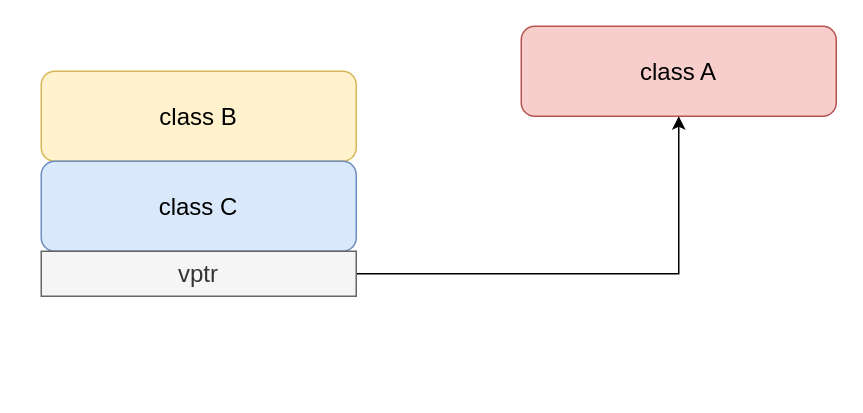
This is img/cpp_obj_model_virtual_jicheng.drawio from lixiang-share/jiuguang-blob, a draw.io file, before an edit. Source tidied: cells renumbered, new cells numbered last; positions are measured from the earlier drawing's top-left corner, leaving out a move shared by most shapes. Both pictures are drawn from the tidied source at 150%, with x=0, y=0 at pixel (40, 26).
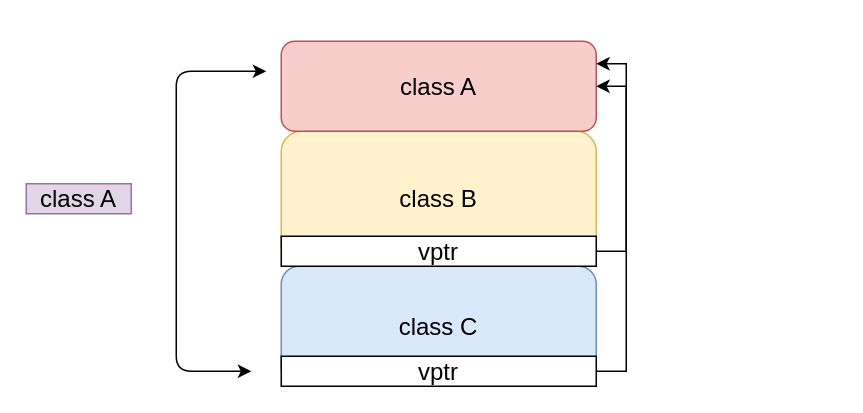
After the change.

The edit, as a diff of the source:
```diff
@@
 <mxGraphModel>
   <root>
     <mxCell id="0" />
     <mxCell id="1" parent="0" />
     <mxCell id="2" value="class B" style="rounded=1;whiteSpace=wrap;html=1;fontSize=16;fillColor=#fff2cc;strokeColor=#d6b656;" parent="1" vertex="1">
-      <mxGeometry y="30" width="210" height="60" as="geometry" />
+      <mxGeometry x="160" y="70" width="210" height="90" as="geometry" />
     </mxCell>
     <mxCell id="3" value="class C" style="rounded=1;whiteSpace=wrap;html=1;fontSize=16;fillColor=#dae8fc;strokeColor=#6c8ebf;" parent="1" vertex="1">
-      <mxGeometry y="90" width="210" height="60" as="geometry" />
+      <mxGeometry x="160" y="160" width="210" height="80" as="geometry" />
     </mxCell>
     <mxCell id="4" value="class A" style="rounded=1;whiteSpace=wrap;html=1;fontSize=16;fillColor=#f8cecc;strokeColor=#b85450;" parent="1" vertex="1">
-      <mxGeometry x="320" width="210" height="60" as="geometry" />
+      <mxGeometry x="160" y="10" width="210" height="60" as="geometry" />
     </mxCell>
-    <mxCell id="5" style="edgeStyle=orthogonalEdgeStyle;rounded=0;jettySize=auto;html=1;fontSize=16;" parent="1" edge="1" source="6" target="4">
-      <mxGeometry relative="1" as="geometry" />
-    </mxCell>
-    <mxCell id="6" value="vptr" style="rounded=0;whiteSpace=wrap;html=1;fontSize=16;fillColor=#f5f5f5;strokeColor=#666666;fontColor=#333333;" parent="1" vertex="1">
-      <mxGeometry y="150" width="210" height="30" as="geometry" />
-    </mxCell>
+    <mxCell id="7" style="edgeStyle=orthogonalEdgeStyle;rounded=0;jettySize=auto;html=1;fontSize=16;entryX=1;entryY=0.5;entryDx=0;entryDy=0;" parent="1" edge="1" source="8" target="4">
+      <mxGeometry relative="1" as="geometry">
+        <Array as="points">
+          <mxPoint x="390" y="150" />
+          <mxPoint x="390" y="40" />
+        </Array>
+      </mxGeometry>
+    </mxCell>
+    <mxCell id="8" value="vptr" style="rounded=0;whiteSpace=wrap;html=1;fontSize=16;" parent="1" vertex="1">
+      <mxGeometry x="160" y="140" width="210" height="20" as="geometry" />
+    </mxCell>
+    <mxCell id="9" style="edgeStyle=orthogonalEdgeStyle;rounded=0;jettySize=auto;html=1;fontSize=16;entryX=1;entryY=0.25;entryDx=0;entryDy=0;" parent="1" edge="1" source="10" target="4">
+      <mxGeometry relative="1" as="geometry">
+        <Array as="points">
+          <mxPoint x="390" y="230" />
+          <mxPoint x="390" y="25" />
+        </Array>
+      </mxGeometry>
+    </mxCell>
+    <mxCell id="10" value="vptr" style="rounded=0;whiteSpace=wrap;html=1;fontSize=16;" parent="1" vertex="1">
+      <mxGeometry x="160" y="220" width="210" height="20" as="geometry" />
+    </mxCell>
+    <mxCell id="11" style="endArrow=classic;startArrow=classic;html=1;fontSize=16;" parent="1" edge="1">
+      <mxGeometry relative="1" as="geometry">
+        <mxPoint x="140" y="230" as="sourcePoint" />
+        <mxPoint x="150" y="30" as="targetPoint" />
+        <Array as="points">
+          <mxPoint x="90" y="230" />
+          <mxPoint x="90" y="120" />
+          <mxPoint x="90" y="30" />
+        </Array>
+      </mxGeometry>
+    </mxCell>
+    <mxCell id="12" value="class A" style="text;html=1;strokeColor=#9673a6;fillColor=#e1d5e7;align=center;verticalAlign=middle;whiteSpace=wrap;rounded=0;fontSize=16;" parent="1" vertex="1">
+      <mxGeometry x="-10" y="105" width="70" height="20" as="geometry" />
+    </mxCell>
   </root>
 </mxGraphModel>
```
